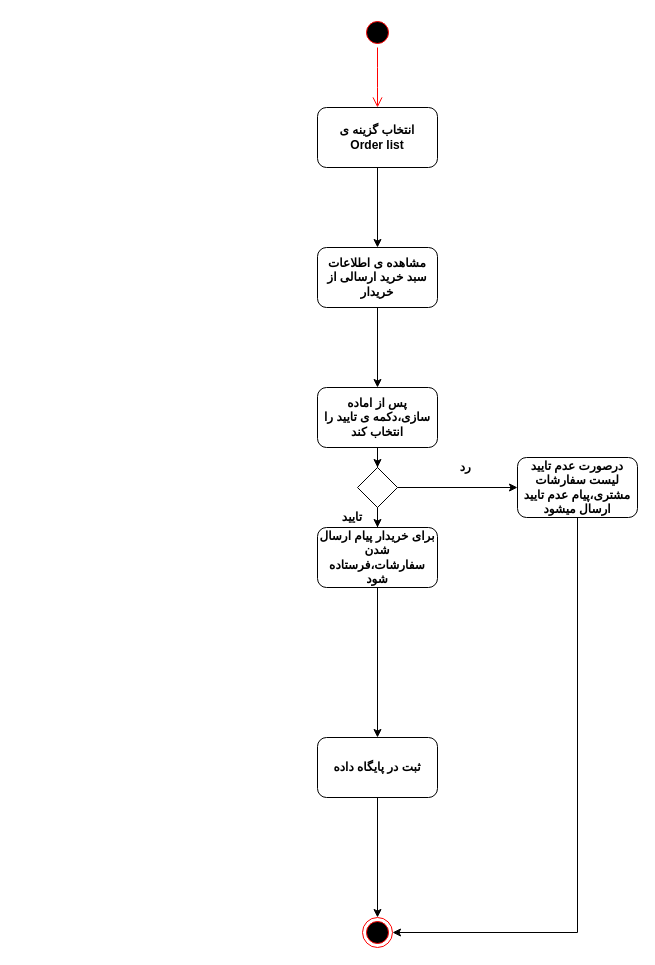
This is docs/Order List Diagram.drawio from marketplus95/marketplus95, a draw.io file, before an edit. Source tidied: cells renumbered, new cells numbered last; positions are measured from the earlier drawing's top-left corner, leaving out a move shared by most shapes. Both pictures are drawn from the tidied source at 100%, with x=0, y=0 at pixel (317, 17).
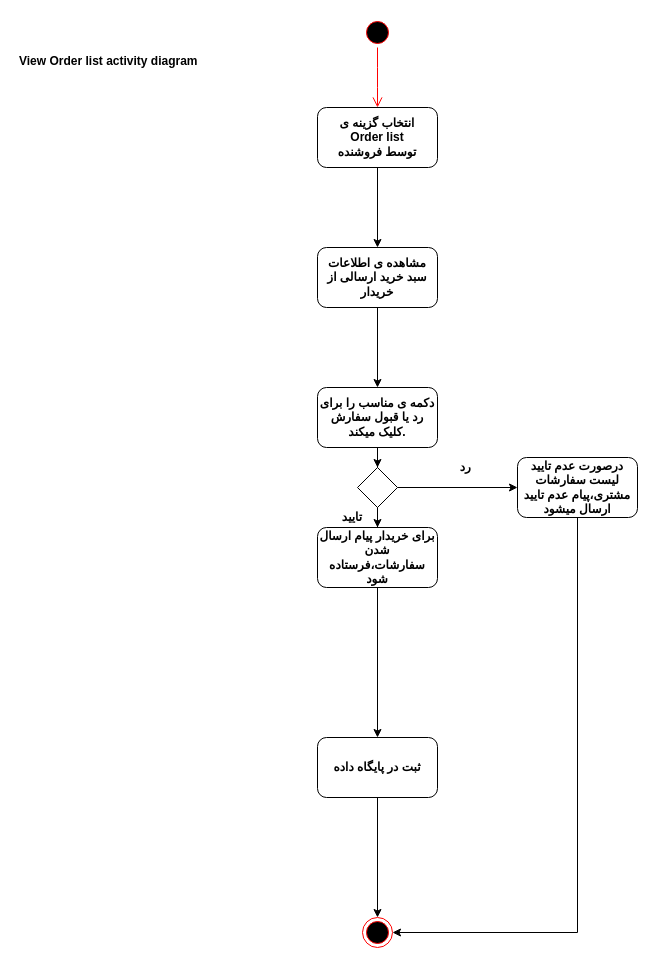
The same page after the edit.

What changed in the source:
```diff
@@
-    <mxCell id="3" value="&lt;div&gt;&lt;b&gt;انتخاب گزینه ی&lt;/b&gt;&lt;/div&gt;&lt;div&gt;&lt;b&gt;Order list&lt;/b&gt;&lt;br&gt;&lt;/div&gt;" style="rounded=1;whiteSpace=wrap;html=1;" parent="1" vertex="1">
+    <mxCell id="3" value="&lt;div&gt;&lt;b&gt;انتخاب گزینه ی&lt;/b&gt;&lt;/div&gt;&lt;div&gt;&lt;b&gt;Order list&lt;/b&gt;&lt;/div&gt;&lt;div&gt;&lt;b&gt;توسط فروشنده&lt;/b&gt;&lt;br&gt;&lt;/div&gt;" style="rounded=1;whiteSpace=wrap;html=1;" parent="1" vertex="1">
       <mxGeometry y="90" width="120" height="60" as="geometry" />
     </mxCell>
@@
-    <mxCell id="7" value="&lt;b&gt;پس از اماده سازی،دکمه ی تایید را انتخاب کند&lt;/b&gt;" style="rounded=1;whiteSpace=wrap;html=1;" parent="1" vertex="1">
+    <mxCell id="7" value="&lt;b&gt;دکمه ی مناسب را برای رد یا قبول سفارش کلیک میکند.&lt;/b&gt;" style="rounded=1;whiteSpace=wrap;html=1;" parent="1" vertex="1">
       <mxGeometry y="370" width="120" height="60" as="geometry" />
     </mxCell>
@@
+    <mxCell id="22" value="&lt;b&gt;View Order list activity diagram&lt;/b&gt;" style="text;html=1;" parent="1" vertex="1">
+      <mxGeometry x="-300" y="30" width="230" height="30" as="geometry" />
+    </mxCell>
```
